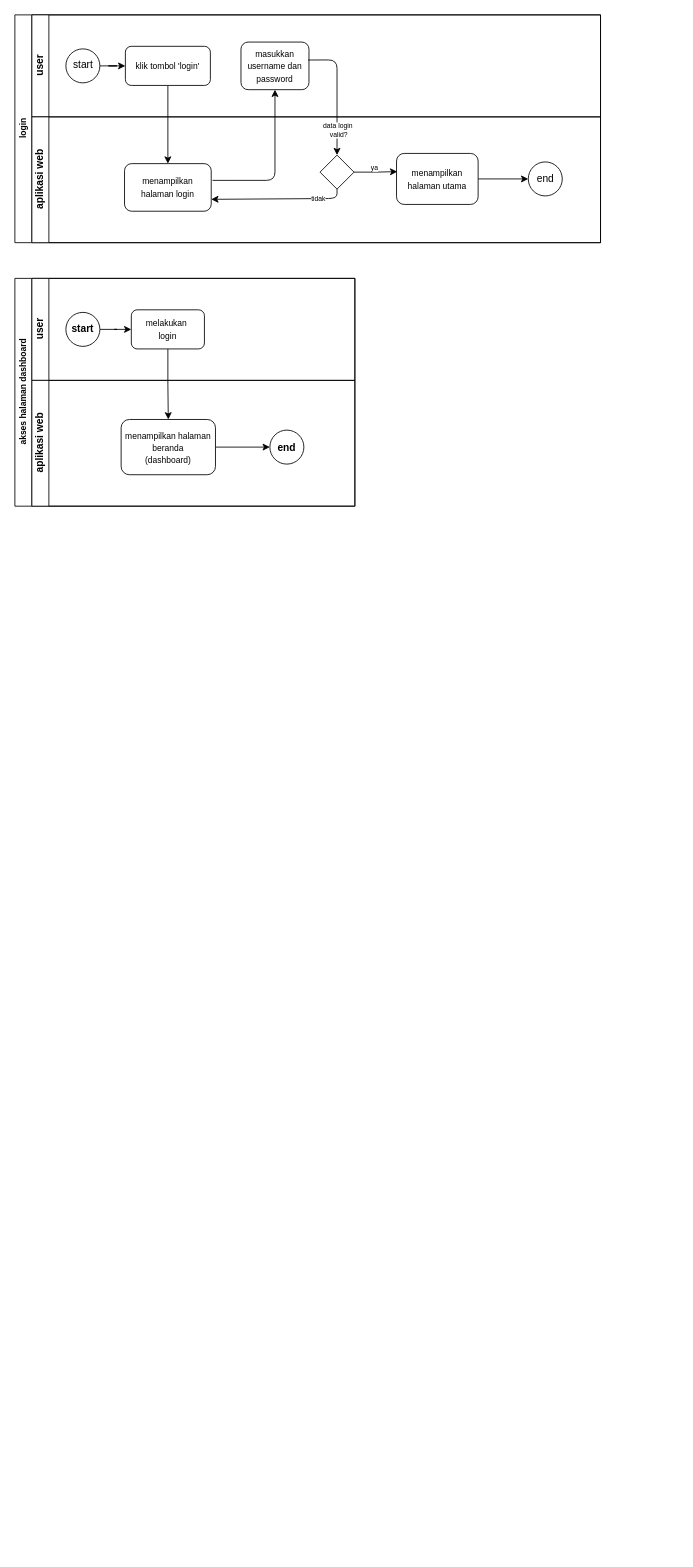
This is page "BPMN" (2 of 2) of Epaksi Arfan.drawio from eenattayani/desain, a draw.io file, before an edit. Source tidied: cells renumbered, new cells numbered last; positions are measured from the earlier drawing's top-left corner, leaving out a move shared by most shapes. Both pictures are drawn from the tidied source at 85%, with x=0, y=0 at pixel (14, 14).
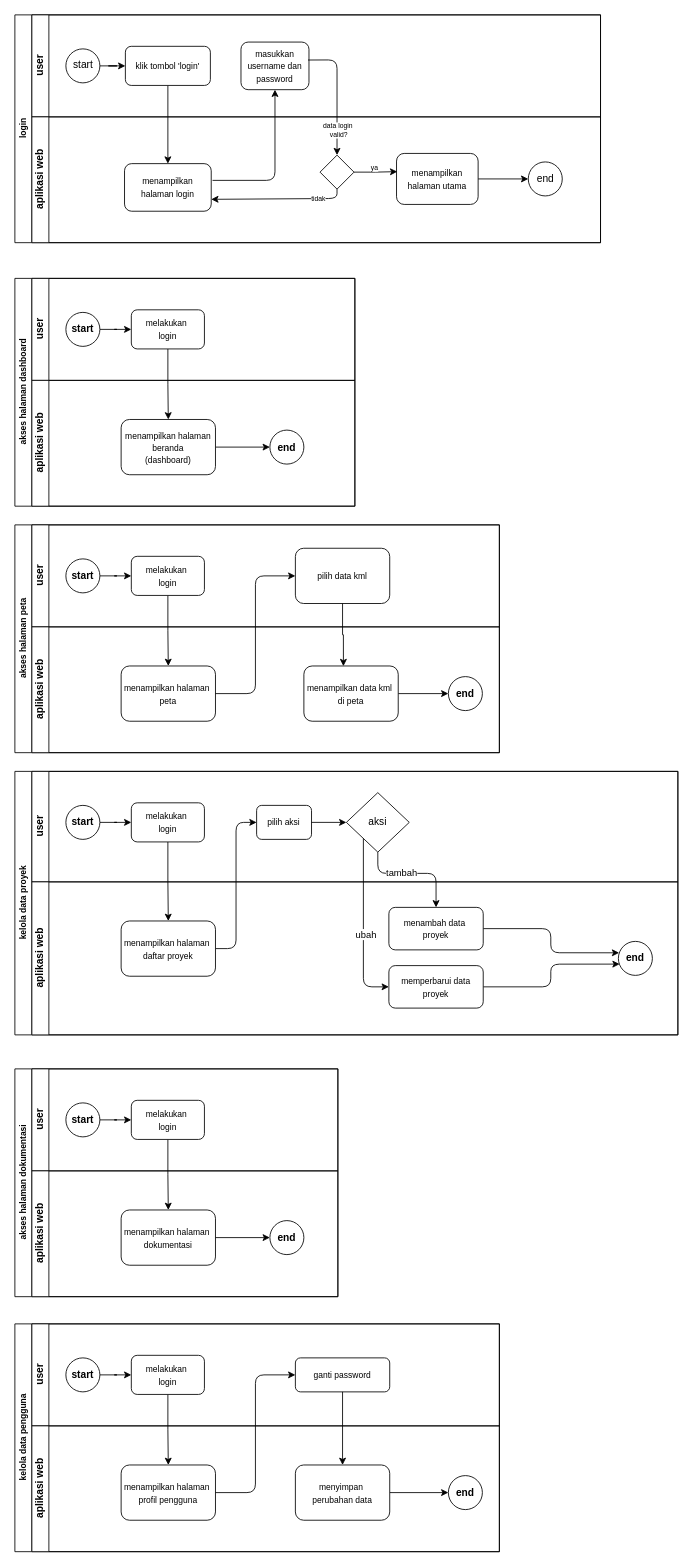
The same diagram, later.

Diff of the diagram source:
```diff
@@
+    <mxCell id="34" value="akses halaman peta" style="swimlane;html=1;horizontal=0;startSize=20;fontSize=10;" parent="1" vertex="1">
+      <mxGeometry y="600" width="570" height="268" as="geometry" />
+    </mxCell>
+    <mxCell id="35" style="edgeStyle=orthogonalEdgeStyle;rounded=0;jettySize=auto;html=1;endArrow=classic;endFill=1;" parent="34" edge="1" source="39" target="42">
+      <mxGeometry relative="1" as="geometry" />
+    </mxCell>
+    <mxCell id="36" value="user" style="swimlane;html=1;startSize=20;horizontal=0;" parent="34" vertex="1">
+      <mxGeometry x="20" width="550" height="120" as="geometry" />
+    </mxCell>
+    <mxCell id="37" style="edgeStyle=orthogonalEdgeStyle;rounded=0;jettySize=auto;html=1;" parent="36" edge="1" source="38" target="39">
+      <mxGeometry relative="1" as="geometry" />
+    </mxCell>
+    <mxCell id="38" value="start" style="ellipse;whiteSpace=wrap;html=1;fontStyle=1;" parent="36" vertex="1">
+      <mxGeometry x="40" y="40" width="40" height="40" as="geometry" />
+    </mxCell>
+    <mxCell id="39" value="&lt;font style=&quot;font-size: 10px;&quot;&gt;melakukan&amp;nbsp;&lt;/font&gt;&lt;div&gt;&lt;font style=&quot;font-size: 10px;&quot;&gt;login&lt;/font&gt;&lt;/div&gt;" style="rounded=1;whiteSpace=wrap;html=1;fontFamily=Helvetica;fontSize=12;fontColor=#000000;align=center;" parent="36" vertex="1">
+      <mxGeometry x="117" y="37" width="86" height="46" as="geometry" />
+    </mxCell>
+    <mxCell id="40" value="&lt;span style=&quot;font-size: 10px;&quot;&gt;pilih data kml&lt;/span&gt;" style="rounded=1;whiteSpace=wrap;html=1;fontFamily=Helvetica;fontSize=12;fontColor=#000000;align=center;" parent="36" vertex="1">
+      <mxGeometry x="310" y="27.5" width="111" height="65" as="geometry" />
+    </mxCell>
+    <mxCell id="41" value="aplikasi web" style="swimlane;html=1;startSize=20;horizontal=0;" parent="34" vertex="1">
+      <mxGeometry x="20" y="120" width="550" height="148" as="geometry" />
+    </mxCell>
+    <mxCell id="42" value="&lt;span style=&quot;font-size: 10px;&quot;&gt;menampilkan halaman&amp;nbsp;&lt;/span&gt;&lt;div&gt;&lt;span style=&quot;font-size: 10px;&quot;&gt;peta&lt;/span&gt;&lt;/div&gt;" style="rounded=1;whiteSpace=wrap;html=1;fontFamily=Helvetica;fontSize=12;fontColor=#000000;align=center;" parent="41" vertex="1">
+      <mxGeometry x="105" y="46" width="111" height="65" as="geometry" />
+    </mxCell>
+    <mxCell id="43" value="end" style="ellipse;whiteSpace=wrap;html=1;shadow=0;fontStyle=1;" parent="41" vertex="1">
+      <mxGeometry x="490" y="58.5" width="40" height="40" as="geometry" />
+    </mxCell>
+    <mxCell id="44" style="edgeStyle=orthogonalEdgeStyle;rounded=0;jettySize=auto;html=1;entryX=0;entryY=0.5;entryDx=0;entryDy=0;" parent="41" edge="1" source="45" target="43">
+      <mxGeometry relative="1" as="geometry" />
+    </mxCell>
+    <mxCell id="45" value="&lt;span style=&quot;font-size: 10px;&quot;&gt;menampilkan data kml&amp;nbsp;&lt;/span&gt;&lt;div&gt;&lt;span style=&quot;font-size: 10px;&quot;&gt;di peta&lt;/span&gt;&lt;/div&gt;" style="rounded=1;whiteSpace=wrap;html=1;fontFamily=Helvetica;fontSize=12;fontColor=#000000;align=center;" parent="41" vertex="1">
+      <mxGeometry x="320" y="46" width="111" height="65" as="geometry" />
+    </mxCell>
+    <mxCell id="46" style="edgeStyle=orthogonalEdgeStyle;rounded=1;jettySize=auto;html=1;entryX=0;entryY=0.5;entryDx=0;entryDy=0;curved=0;" parent="34" edge="1" source="42" target="40">
+      <mxGeometry relative="1" as="geometry" />
+    </mxCell>
+    <mxCell id="47" style="edgeStyle=orthogonalEdgeStyle;rounded=0;jettySize=auto;html=1;entryX=0.419;entryY=0.003;entryDx=0;entryDy=0;entryPerimeter=0;" parent="34" edge="1" source="40" target="45">
+      <mxGeometry relative="1" as="geometry" />
+    </mxCell>
+    <mxCell id="48" value="kelola data proyek" style="swimlane;html=1;horizontal=0;startSize=20;fontSize=10;" parent="1" vertex="1">
+      <mxGeometry y="890" width="780" height="310" as="geometry" />
+    </mxCell>
+    <mxCell id="49" style="edgeStyle=orthogonalEdgeStyle;rounded=0;jettySize=auto;html=1;endArrow=classic;endFill=1;" parent="48" edge="1" source="53" target="59">
+      <mxGeometry relative="1" as="geometry" />
+    </mxCell>
+    <mxCell id="50" value="user" style="swimlane;html=1;startSize=20;horizontal=0;" parent="48" vertex="1">
+      <mxGeometry x="20" width="760" height="130" as="geometry" />
+    </mxCell>
+    <mxCell id="51" style="edgeStyle=orthogonalEdgeStyle;rounded=0;jettySize=auto;html=1;" parent="50" edge="1" source="52" target="53">
+      <mxGeometry relative="1" as="geometry" />
+    </mxCell>
+    <mxCell id="52" value="start" style="ellipse;whiteSpace=wrap;html=1;fontStyle=1;" parent="50" vertex="1">
+      <mxGeometry x="40" y="40" width="40" height="40" as="geometry" />
+    </mxCell>
+    <mxCell id="53" value="&lt;font style=&quot;font-size: 10px;&quot;&gt;melakukan&amp;nbsp;&lt;/font&gt;&lt;div&gt;&lt;font style=&quot;font-size: 10px;&quot;&gt;login&lt;/font&gt;&lt;/div&gt;" style="rounded=1;whiteSpace=wrap;html=1;fontFamily=Helvetica;fontSize=12;fontColor=#000000;align=center;" parent="50" vertex="1">
+      <mxGeometry x="117" y="37" width="86" height="46" as="geometry" />
+    </mxCell>
+    <mxCell id="54" value="&lt;span style=&quot;font-size: 10px;&quot;&gt;pilih aksi&lt;/span&gt;" style="rounded=1;whiteSpace=wrap;html=1;fontFamily=Helvetica;fontSize=12;fontColor=#000000;align=center;" parent="50" vertex="1">
+      <mxGeometry x="264.4" y="40" width="64.6" height="40" as="geometry" />
+    </mxCell>
+    <mxCell id="55" value="aksi" style="rhombus;whiteSpace=wrap;html=1;" parent="50" vertex="1">
+      <mxGeometry x="370" y="25" width="74" height="70" as="geometry" />
+    </mxCell>
+    <mxCell id="56" style="edgeStyle=orthogonalEdgeStyle;rounded=0;jettySize=auto;html=1;entryX=0;entryY=0.5;entryDx=0;entryDy=0;" parent="50" edge="1" source="54" target="55">
+      <mxGeometry relative="1" as="geometry" />
+    </mxCell>
+    <mxCell id="57" style="edgeStyle=orthogonalEdgeStyle;rounded=1;jettySize=auto;html=1;entryX=0;entryY=0.5;entryDx=0;entryDy=0;curved=0;" parent="48" edge="1" source="59" target="54">
+      <mxGeometry relative="1" as="geometry" />
+    </mxCell>
+    <mxCell id="58" value="aplikasi web" style="swimlane;html=1;startSize=20;horizontal=0;" parent="48" vertex="1">
+      <mxGeometry x="20" y="130" width="760" height="180" as="geometry" />
+    </mxCell>
+    <mxCell id="59" value="&lt;span style=&quot;font-size: 10px;&quot;&gt;menampilkan halaman&amp;nbsp;&lt;/span&gt;&lt;div&gt;&lt;span style=&quot;font-size: 10px;&quot;&gt;daftar proyek&lt;/span&gt;&lt;/div&gt;" style="rounded=1;whiteSpace=wrap;html=1;fontFamily=Helvetica;fontSize=12;fontColor=#000000;align=center;" parent="58" vertex="1">
+      <mxGeometry x="105" y="46" width="111" height="65" as="geometry" />
+    </mxCell>
+    <mxCell id="60" value="end" style="ellipse;whiteSpace=wrap;html=1;shadow=0;fontStyle=1;" parent="58" vertex="1">
+      <mxGeometry x="690" y="70" width="40" height="40" as="geometry" />
+    </mxCell>
+    <mxCell id="61" style="edgeStyle=orthogonalEdgeStyle;rounded=1;jettySize=auto;html=1;entryX=0.023;entryY=0.336;entryDx=0;entryDy=0;curved=0;entryPerimeter=0;" parent="58" edge="1" source="62" target="60">
+      <mxGeometry relative="1" as="geometry" />
+    </mxCell>
+    <mxCell id="62" value="&lt;span style=&quot;font-size: 10px;&quot;&gt;menambah data&amp;nbsp;&lt;/span&gt;&lt;div&gt;&lt;span style=&quot;font-size: 10px;&quot;&gt;proyek&lt;/span&gt;&lt;/div&gt;" style="rounded=1;whiteSpace=wrap;html=1;fontFamily=Helvetica;fontSize=12;fontColor=#000000;align=center;" parent="58" vertex="1">
+      <mxGeometry x="420" y="30" width="111" height="50" as="geometry" />
+    </mxCell>
+    <mxCell id="63" style="edgeStyle=orthogonalEdgeStyle;rounded=1;jettySize=auto;html=1;entryX=0.038;entryY=0.669;entryDx=0;entryDy=0;entryPerimeter=0;curved=0;" parent="58" edge="1" source="64" target="60">
+      <mxGeometry relative="1" as="geometry" />
+    </mxCell>
+    <mxCell id="64" value="&lt;span style=&quot;font-size: 10px;&quot;&gt;memperbarui data proyek&lt;/span&gt;" style="rounded=1;whiteSpace=wrap;html=1;fontFamily=Helvetica;fontSize=12;fontColor=#000000;align=center;" parent="58" vertex="1">
+      <mxGeometry x="420" y="98.5" width="111" height="50" as="geometry" />
+    </mxCell>
+    <mxCell id="65" style="edgeStyle=orthogonalEdgeStyle;rounded=1;jettySize=auto;html=1;entryX=0.5;entryY=0;entryDx=0;entryDy=0;curved=0;" parent="48" edge="1" source="55" target="62">
+      <mxGeometry relative="1" as="geometry">
+        <Array as="points">
+          <mxPoint x="427" y="120" />
+          <mxPoint x="496" y="120" />
+        </Array>
+      </mxGeometry>
+    </mxCell>
+    <mxCell id="66" value="tambah" style="edgeLabel;html=1;align=center;verticalAlign=middle;" parent="65" vertex="1">
+      <mxGeometry x="-0.25" y="3" relative="1" as="geometry">
+        <mxPoint x="2" y="2" as="offset" />
+      </mxGeometry>
+    </mxCell>
+    <mxCell id="67" style="edgeStyle=orthogonalEdgeStyle;rounded=1;jettySize=auto;html=1;entryX=0;entryY=0.5;entryDx=0;entryDy=0;curved=0;" parent="48" edge="1" source="55" target="64">
+      <mxGeometry relative="1" as="geometry">
+        <Array as="points">
+          <mxPoint x="410" y="254" />
+        </Array>
+      </mxGeometry>
+    </mxCell>
+    <mxCell id="68" value="ubah" style="edgeLabel;html=1;align=center;verticalAlign=middle;" parent="67" vertex="1">
+      <mxGeometry x="0.1" y="2" relative="1" as="geometry" />
+    </mxCell>
+    <mxCell id="69" value="akses halaman dokumentasi" style="swimlane;html=1;horizontal=0;startSize=20;fontSize=10;" parent="1" vertex="1">
+      <mxGeometry y="1240" width="380" height="268" as="geometry" />
+    </mxCell>
+    <mxCell id="70" style="edgeStyle=orthogonalEdgeStyle;rounded=0;jettySize=auto;html=1;endArrow=classic;endFill=1;" parent="69" edge="1" source="74" target="76">
+      <mxGeometry relative="1" as="geometry" />
+    </mxCell>
+    <mxCell id="71" value="user" style="swimlane;html=1;startSize=20;horizontal=0;" parent="69" vertex="1">
+      <mxGeometry x="20" width="360" height="120" as="geometry" />
+    </mxCell>
+    <mxCell id="72" style="edgeStyle=orthogonalEdgeStyle;rounded=0;jettySize=auto;html=1;" parent="71" edge="1" source="73" target="74">
+      <mxGeometry relative="1" as="geometry" />
+    </mxCell>
+    <mxCell id="73" value="start" style="ellipse;whiteSpace=wrap;html=1;fontStyle=1;" parent="71" vertex="1">
+      <mxGeometry x="40" y="40" width="40" height="40" as="geometry" />
+    </mxCell>
+    <mxCell id="74" value="&lt;font style=&quot;font-size: 10px;&quot;&gt;melakukan&amp;nbsp;&lt;/font&gt;&lt;div&gt;&lt;font style=&quot;font-size: 10px;&quot;&gt;login&lt;/font&gt;&lt;/div&gt;" style="rounded=1;whiteSpace=wrap;html=1;fontFamily=Helvetica;fontSize=12;fontColor=#000000;align=center;" parent="71" vertex="1">
+      <mxGeometry x="117" y="37" width="86" height="46" as="geometry" />
+    </mxCell>
+    <mxCell id="75" value="aplikasi web" style="swimlane;html=1;startSize=20;horizontal=0;" parent="69" vertex="1">
+      <mxGeometry x="20" y="120" width="360" height="148" as="geometry" />
+    </mxCell>
+    <mxCell id="76" value="&lt;span style=&quot;font-size: 10px;&quot;&gt;menampilkan halaman&amp;nbsp;&lt;/span&gt;&lt;div&gt;&lt;span style=&quot;font-size: 10px;&quot;&gt;dokumentasi&lt;/span&gt;&lt;/div&gt;" style="rounded=1;whiteSpace=wrap;html=1;fontFamily=Helvetica;fontSize=12;fontColor=#000000;align=center;" parent="75" vertex="1">
+      <mxGeometry x="105" y="46" width="111" height="65" as="geometry" />
+    </mxCell>
+    <mxCell id="77" value="end" style="ellipse;whiteSpace=wrap;html=1;shadow=0;fontStyle=1;" parent="75" vertex="1">
+      <mxGeometry x="280" y="58.5" width="40" height="40" as="geometry" />
+    </mxCell>
+    <mxCell id="78" style="edgeStyle=orthogonalEdgeStyle;rounded=0;jettySize=auto;html=1;entryX=0;entryY=0.5;entryDx=0;entryDy=0;" parent="75" edge="1" source="76" target="77">
+      <mxGeometry relative="1" as="geometry" />
+    </mxCell>
+    <mxCell id="79" value="kelola data pengguna" style="swimlane;html=1;horizontal=0;startSize=20;fontSize=10;" parent="1" vertex="1">
+      <mxGeometry y="1540" width="570" height="268" as="geometry" />
+    </mxCell>
+    <mxCell id="80" style="edgeStyle=orthogonalEdgeStyle;rounded=0;jettySize=auto;html=1;endArrow=classic;endFill=1;" parent="79" edge="1" source="84" target="87">
+      <mxGeometry relative="1" as="geometry" />
+    </mxCell>
+    <mxCell id="81" value="user" style="swimlane;html=1;startSize=20;horizontal=0;" parent="79" vertex="1">
+      <mxGeometry x="20" width="550" height="120" as="geometry" />
+    </mxCell>
+    <mxCell id="82" style="edgeStyle=orthogonalEdgeStyle;rounded=0;jettySize=auto;html=1;" parent="81" edge="1" source="83" target="84">
+      <mxGeometry relative="1" as="geometry" />
+    </mxCell>
+    <mxCell id="83" value="start" style="ellipse;whiteSpace=wrap;html=1;fontStyle=1;" parent="81" vertex="1">
+      <mxGeometry x="40" y="40" width="40" height="40" as="geometry" />
+    </mxCell>
+    <mxCell id="84" value="&lt;font style=&quot;font-size: 10px;&quot;&gt;melakukan&amp;nbsp;&lt;/font&gt;&lt;div&gt;&lt;font style=&quot;font-size: 10px;&quot;&gt;login&lt;/font&gt;&lt;/div&gt;" style="rounded=1;whiteSpace=wrap;html=1;fontFamily=Helvetica;fontSize=12;fontColor=#000000;align=center;" parent="81" vertex="1">
+      <mxGeometry x="117" y="37" width="86" height="46" as="geometry" />
+    </mxCell>
+    <mxCell id="85" value="&lt;span style=&quot;font-size: 10px;&quot;&gt;ganti password&lt;/span&gt;" style="rounded=1;whiteSpace=wrap;html=1;fontFamily=Helvetica;fontSize=12;fontColor=#000000;align=center;" parent="81" vertex="1">
+      <mxGeometry x="310" y="40" width="111" height="40" as="geometry" />
+    </mxCell>
+    <mxCell id="86" value="aplikasi web" style="swimlane;html=1;startSize=20;horizontal=0;" parent="79" vertex="1">
+      <mxGeometry x="20" y="120" width="550" height="148" as="geometry" />
+    </mxCell>
+    <mxCell id="87" value="&lt;span style=&quot;font-size: 10px;&quot;&gt;menampilkan halaman&amp;nbsp;&lt;/span&gt;&lt;div&gt;&lt;span style=&quot;font-size: 10px;&quot;&gt;profil pengguna&lt;/span&gt;&lt;/div&gt;" style="rounded=1;whiteSpace=wrap;html=1;fontFamily=Helvetica;fontSize=12;fontColor=#000000;align=center;" parent="86" vertex="1">
+      <mxGeometry x="105" y="46" width="111" height="65" as="geometry" />
+    </mxCell>
+    <mxCell id="88" value="end" style="ellipse;whiteSpace=wrap;html=1;shadow=0;fontStyle=1;" parent="86" vertex="1">
+      <mxGeometry x="490" y="58.5" width="40" height="40" as="geometry" />
+    </mxCell>
+    <mxCell id="89" style="edgeStyle=orthogonalEdgeStyle;rounded=0;jettySize=auto;html=1;entryX=0;entryY=0.5;entryDx=0;entryDy=0;" parent="86" edge="1" source="90" target="88">
+      <mxGeometry relative="1" as="geometry" />
+    </mxCell>
+    <mxCell id="90" value="&lt;span style=&quot;font-size: 10px;&quot;&gt;menyimpan&amp;nbsp;&lt;/span&gt;&lt;div&gt;&lt;span style=&quot;font-size: 10px;&quot;&gt;perubahan data&lt;/span&gt;&lt;/div&gt;" style="rounded=1;whiteSpace=wrap;html=1;fontFamily=Helvetica;fontSize=12;fontColor=#000000;align=center;" parent="86" vertex="1">
+      <mxGeometry x="310" y="46" width="111" height="65" as="geometry" />
+    </mxCell>
+    <mxCell id="91" style="edgeStyle=orthogonalEdgeStyle;rounded=1;jettySize=auto;html=1;entryX=0;entryY=0.5;entryDx=0;entryDy=0;curved=0;" parent="79" edge="1" source="87" target="85">
+      <mxGeometry relative="1" as="geometry" />
+    </mxCell>
+    <mxCell id="92" style="edgeStyle=orthogonalEdgeStyle;rounded=0;jettySize=auto;html=1;entryX=0.5;entryY=0;entryDx=0;entryDy=0;" parent="79" edge="1" source="85" target="90">
+      <mxGeometry relative="1" as="geometry" />
+    </mxCell>
```
